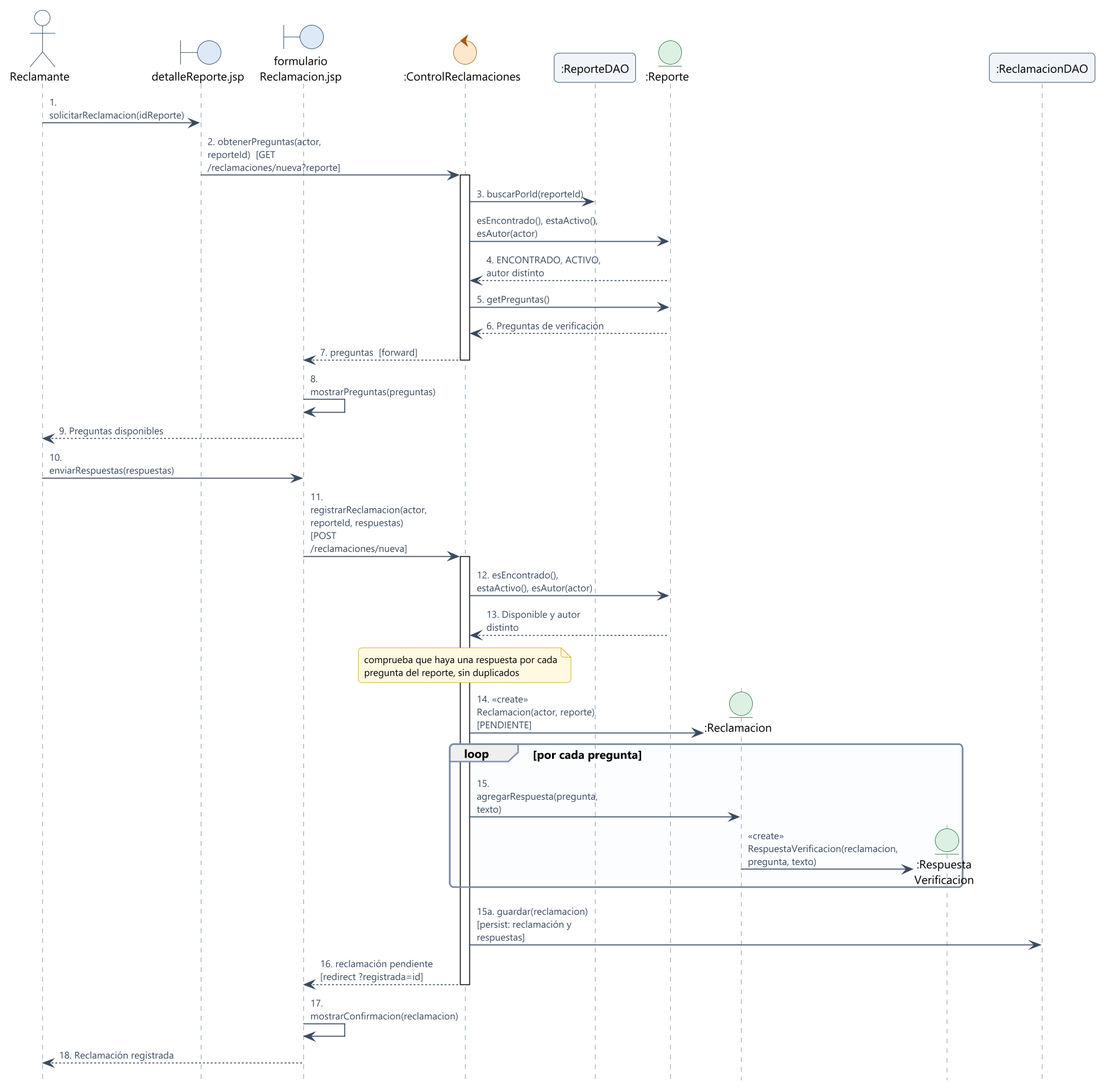
The PlantUML diagram docs/modelos/img/sec-03.png in JoelAlexanderProg/GR05_1BT3_622_26B, before a commit. The source it was exported from:
```plantuml
@startuml sec-03
!include estilo.iuml
hide footbox

actor "Reclamante" as R
boundary "detalleReporte.jsp" as DT
boundary "formulario\nReclamacion.jsp" as F
control ":ControlReclamaciones" as C
participant ":ReporteDAO" as RD
entity ":Reporte" as RP
entity ":Reclamacion" as RC
entity ":Respuesta\nVerificacion" as RV
participant ":ReclamacionDAO" as CD

R -> DT : 1. solicitarReclamacion(idReporte)
DT -> C : 2. obtenerPreguntas(actor, reporteId)  [GET /reclamaciones/nueva?reporte]
activate C
C -> RD : 3. buscarPorId(reporteId)
C -> RP : esEncontrado(), estaActivo(), esAutor(actor)
RP --> C : 4. ENCONTRADO, ACTIVO, autor distinto
C -> RP : 5. getPreguntas()
RP --> C : 6. Preguntas de verificación
C --> F : 7. preguntas  [forward]
deactivate C
F -> F : 8. mostrarPreguntas(preguntas)
F --> R : 9. Preguntas disponibles

R -> F : 10. enviarRespuestas(respuestas)
F -> C : 11. registrarReclamacion(actor, reporteId, respuestas)  [POST /reclamaciones/nueva]
activate C
C -> RP : 12. esEncontrado(), estaActivo(), esAutor(actor)
RP --> C : 13. Disponible y autor distinto
note over C : comprueba que haya una respuesta por cada\npregunta del reporte, sin duplicados
create RC
C -> RC : 14. «create» Reclamacion(actor, reporte)  [PENDIENTE]
loop por cada pregunta
  C -> RC : 15. agregarRespuesta(pregunta, texto)
  create RV
  RC -> RV : «create» RespuestaVerificacion(reclamacion, pregunta, texto)
end
C -> CD : 15a. guardar(reclamacion)  [persist: reclamación y respuestas]
C --> F : 16. reclamación pendiente  [redirect ?registrada=id]
deactivate C
F -> F : 17. mostrarConfirmacion(reclamacion)
F --> R : 18. Reclamación registrada
@enduml
```
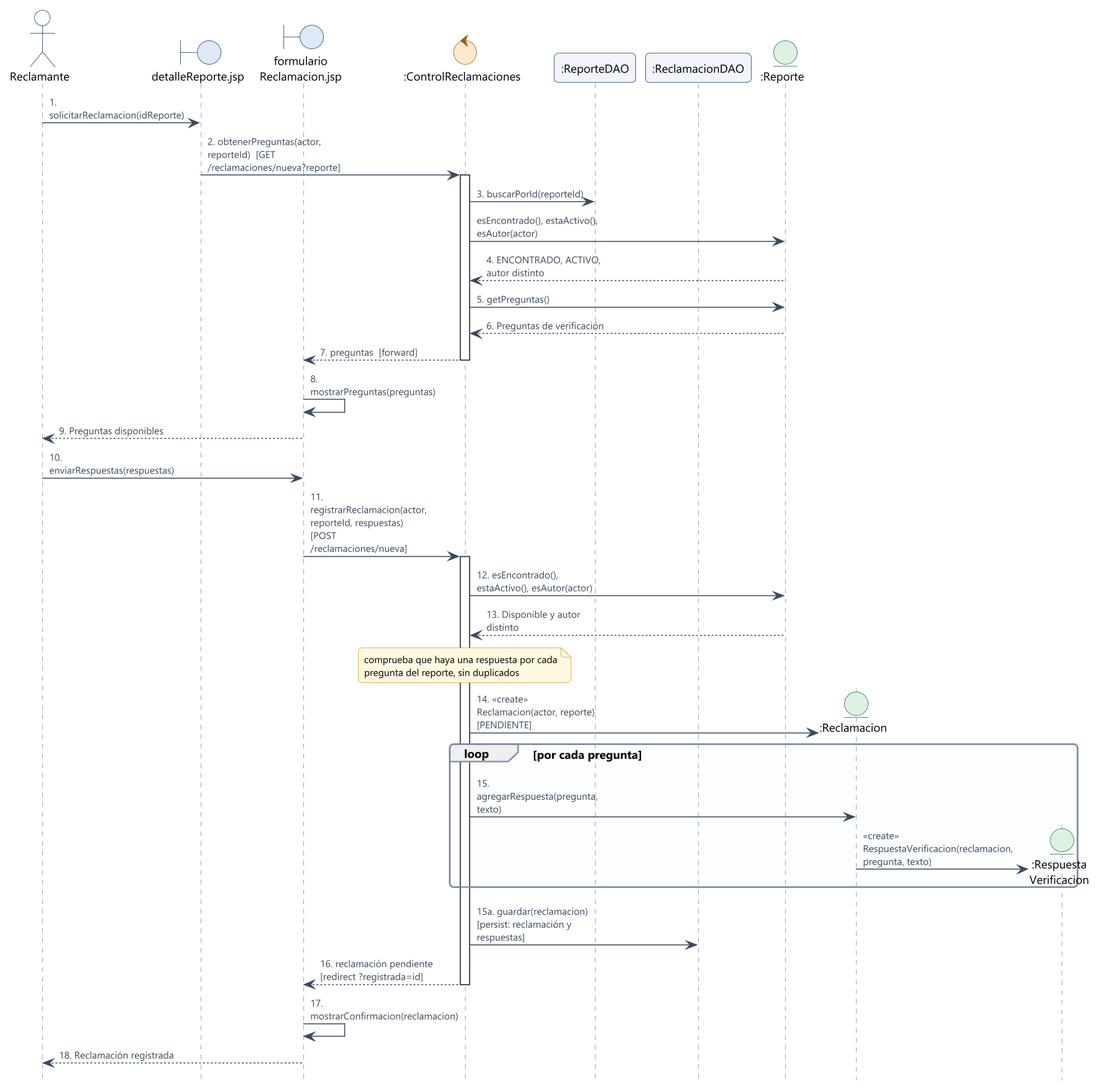
Above is the later version.

The edit, as a diff of the source:
```diff
@@ -7,10 +7,10 @@
 boundary "formulario\nReclamacion.jsp" as F
 control ":ControlReclamaciones" as C
 participant ":ReporteDAO" as RD
+participant ":ReclamacionDAO" as CD
 entity ":Reporte" as RP
 entity ":Reclamacion" as RC
 entity ":Respuesta\nVerificacion" as RV
-participant ":ReclamacionDAO" as CD
 
 R -> DT : 1. solicitarReclamacion(idReporte)
 DT -> C : 2. obtenerPreguntas(actor, reporteId)  [GET /reclamaciones/nueva?reporte]
```
